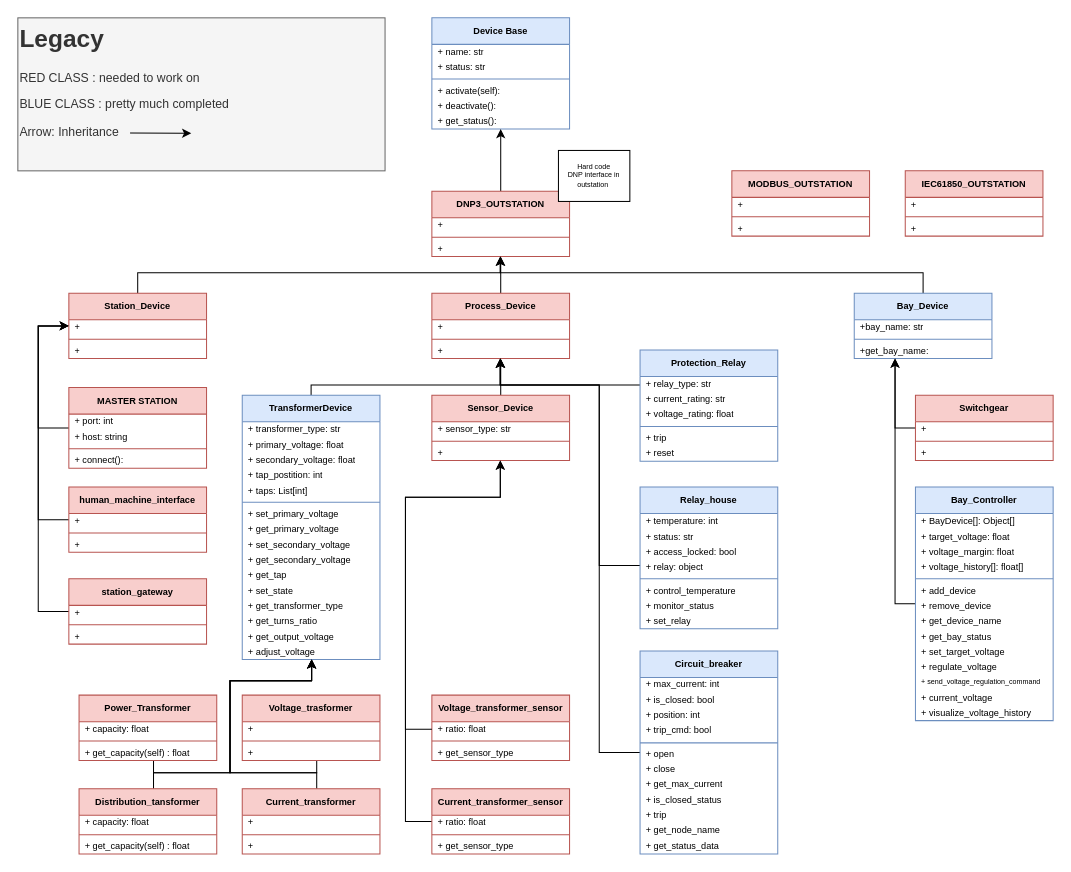
Before: device_modeling/documentation/Class diagram.drawio in cps-vip/cps-cosimulation-env, a draw.io diagram. Source tidied: cells renumbered, new cells numbered last; positions are measured from the earlier drawing's top-left corner, leaving out a move shared by most shapes. Both pictures are drawn from the tidied source at 102%, with x=0, y=0 at pixel (17, 17).
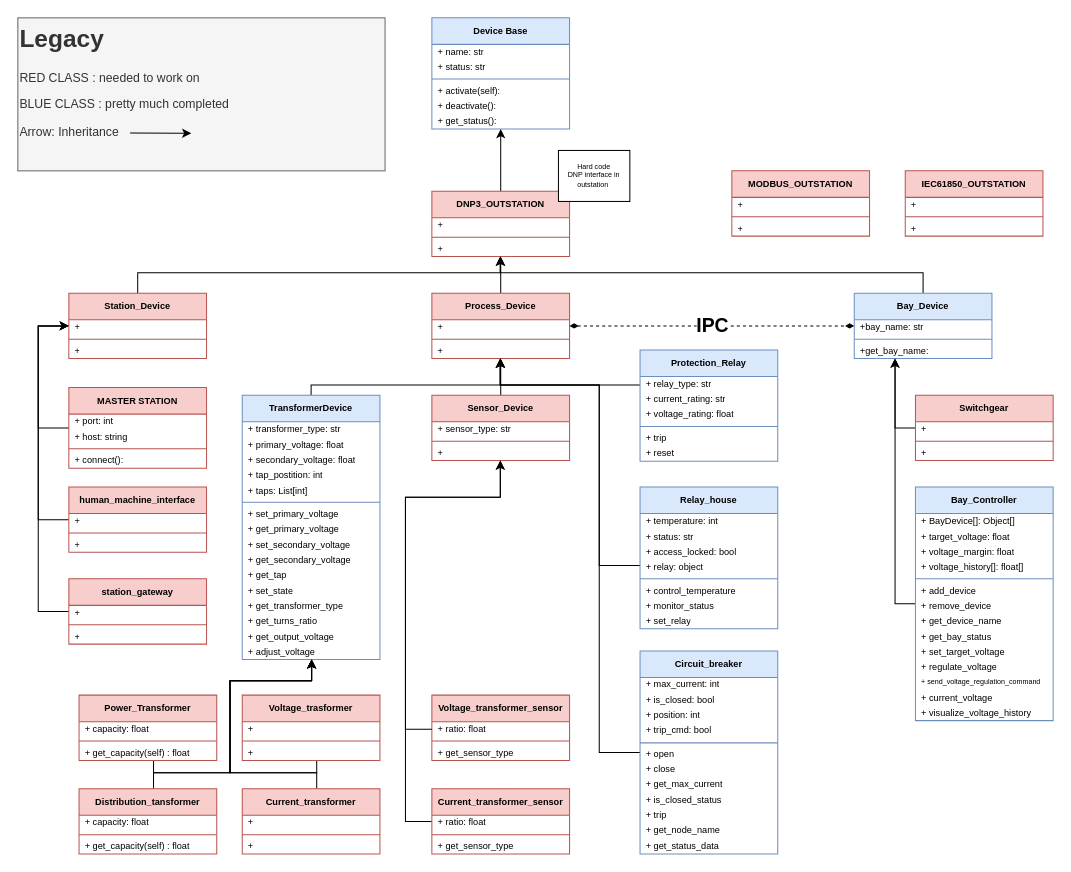
The same diagram, later.

Unchanged cells that the change refers to:
```xml
<mxCell id="21" value="Process_Device" style="swimlane;fontStyle=1;align=center;verticalAlign=middle;horizontal=1;startSize=26;whiteSpace=wrap;html=1;fillColor=#f8cecc;strokeColor=#b85450;fontSize=9;spacing=2;" parent="1" vertex="1">
  <mxGeometry x="405.9" y="270" width="135" height="64" as="geometry" />
</mxCell>
<mxCell id="31" value="Bay_Device" style="swimlane;fontStyle=1;align=center;verticalAlign=middle;horizontal=1;startSize=26;whiteSpace=wrap;html=1;fillColor=#dae8fc;strokeColor=#6c8ebf;fontSize=9;spacing=2;" parent="1" vertex="1">
  <mxGeometry x="820" y="270" width="135" height="64" as="geometry" />
</mxCell>
```

The edit, as a diff of the source:
```diff
@@
+    <mxCell id="162" value="&lt;b&gt;&lt;font style=&quot;font-size: 19px;&quot;&gt;IPC&lt;/font&gt;&lt;/b&gt;" style="endArrow=diamondThin;startArrow=diamondThin;html=1;rounded=0;dashed=1;endFill=1;startFill=1;" parent="1" edge="1" source="21" target="31">
+      <mxGeometry relative="1" as="geometry" />
+    </mxCell>
```
